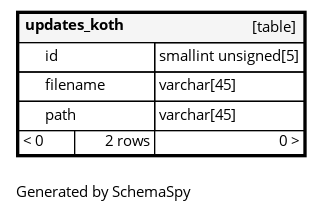
ta-forever/db keeps this Graphviz diagram as diagrams/tables/updates_koth.1degree.png. Above is the earlier version. Its source is kept beside it as diagrams/tables/updates_koth.1degree.dot.
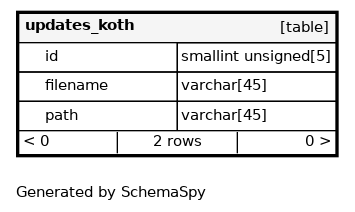
The same diagram one commit later.

What changed in the source:
```diff
@@ -1,13 +1,13 @@
 digraph "oneDegreeRelationshipsDiagram" {
-  graph [    rankdir="RL"    bgcolor="#ffffff"    label="\nGenerated by SchemaSpy"    labeljust="l"    nodesep="0.18"    ranksep="0.46"    fontname="Helvetica"    fontsize="11"    ration="compress"  ];  node [    fontname="Helvetica"    fontsize="11"    shape="plaintext"  ];  edge [    arrowsize="0.8"  ];
+  graph [    rankdir="RL"    bgcolor="#ffffff"    label="\nGenerated by SchemaSpy"    labeljust="l"    nodesep="0.18"    ranksep="0.46"    fontname="Helvetica"    fontsize="11"    packmode="graph"  ];  node [    fontname="Helvetica"    fontsize="11"    shape="plaintext"  ];  edge [    arrowsize="0.8"  ];
   "updates_koth" [
    label=<
     <TABLE BORDER="2" CELLBORDER="1" CELLSPACING="0" BGCOLOR="#ffffff">
-      <TR><TD COLSPAN="4"  BGCOLOR="#f5f5f5"><TABLE BORDER="0" CELLSPACING="0"><TR><TD ALIGN="LEFT" FIXEDSIZE="TRUE" WIDTH="81" HEIGHT="16"><B>updates_koth</B></TD><TD ALIGN="RIGHT">[table]</TD></TR></TABLE></TD></TR>
-      <TR><TD PORT="id" COLSPAN="2" BGCOLOR="#ffffff" ALIGN="LEFT"><TABLE BORDER="0" CELLSPACING="0" ALIGN="LEFT"><TR ALIGN="LEFT"><TD ALIGN="LEFT" FIXEDSIZE="TRUE" WIDTH="15" HEIGHT="16"></TD><TD ALIGN="LEFT" FIXEDSIZE="TRUE" WIDTH="81" HEIGHT="16">id</TD></TR></TABLE></TD><TD PORT="id.type" ALIGN="LEFT">smallint unsigned[5]</TD></TR>
-      <TR><TD PORT="filename" COLSPAN="2" ALIGN="LEFT"><TABLE BORDER="0" CELLSPACING="0" ALIGN="LEFT"><TR ALIGN="LEFT"><TD ALIGN="LEFT" FIXEDSIZE="TRUE" WIDTH="15" HEIGHT="16"></TD><TD ALIGN="LEFT" FIXEDSIZE="TRUE" WIDTH="81" HEIGHT="16">filename</TD></TR></TABLE></TD><TD PORT="filename.type" ALIGN="LEFT">varchar[45]</TD></TR>
-      <TR><TD PORT="path" COLSPAN="2" ALIGN="LEFT"><TABLE BORDER="0" CELLSPACING="0" ALIGN="LEFT"><TR ALIGN="LEFT"><TD ALIGN="LEFT" FIXEDSIZE="TRUE" WIDTH="15" HEIGHT="16"></TD><TD ALIGN="LEFT" FIXEDSIZE="TRUE" WIDTH="81" HEIGHT="16">path</TD></TR></TABLE></TD><TD PORT="path.type" ALIGN="LEFT">varchar[45]</TD></TR>
-      <TR><TD ALIGN="LEFT" BGCOLOR="#ffffff">&lt; 0</TD><TD ALIGN="RIGHT" BGCOLOR="#ffffff">2 rows</TD><TD ALIGN="RIGHT" BGCOLOR="#ffffff">0 &gt;</TD></TR>
+      <TR><TD COLSPAN="4"  BGCOLOR="#f5f5f5"><TABLE BORDER="0" CELLSPACING="0"><TR><TD ALIGN="LEFT" FIXEDSIZE="TRUE" WIDTH="98" HEIGHT="16"><B>updates_koth</B></TD><TD ALIGN="RIGHT">[table]</TD></TR></TABLE></TD></TR>
+      <TR><TD PORT="id" COLSPAN="2" BGCOLOR="#ffffff" ALIGN="LEFT"><TABLE BORDER="0" CELLSPACING="0" ALIGN="LEFT"><TR ALIGN="LEFT"><TD ALIGN="LEFT" FIXEDSIZE="TRUE" WIDTH="15" HEIGHT="16"></TD><TD ALIGN="LEFT" FIXEDSIZE="TRUE" WIDTH="98" HEIGHT="16">id</TD></TR></TABLE></TD><TD PORT="id.type" ALIGN="LEFT">smallint unsigned[5]</TD></TR>
+      <TR><TD PORT="filename" COLSPAN="2" ALIGN="LEFT"><TABLE BORDER="0" CELLSPACING="0" ALIGN="LEFT"><TR ALIGN="LEFT"><TD ALIGN="LEFT" FIXEDSIZE="TRUE" WIDTH="15" HEIGHT="16"></TD><TD ALIGN="LEFT" FIXEDSIZE="TRUE" WIDTH="98" HEIGHT="16">filename</TD></TR></TABLE></TD><TD PORT="filename.type" ALIGN="LEFT">varchar[45]</TD></TR>
+      <TR><TD PORT="path" COLSPAN="2" ALIGN="LEFT"><TABLE BORDER="0" CELLSPACING="0" ALIGN="LEFT"><TR ALIGN="LEFT"><TD ALIGN="LEFT" FIXEDSIZE="TRUE" WIDTH="15" HEIGHT="16"></TD><TD ALIGN="LEFT" FIXEDSIZE="TRUE" WIDTH="98" HEIGHT="16">path</TD></TR></TABLE></TD><TD PORT="path.type" ALIGN="LEFT">varchar[45]</TD></TR>
+      <TR><TD ALIGN="LEFT" CELLPADDING="0" BGCOLOR="#ffffff" COLSPAN="4" ><TABLE BORDER="0" CELLBORDER="0" CELLSPACING="0"><TR><TD ALIGN="LEFT" BGCOLOR="#ffffff">&lt; 0</TD><VR/><TD ALIGN="CENTER" BGCOLOR="#ffffff">2 rows</TD><VR/><TD ALIGN="RIGHT" BGCOLOR="#ffffff">0 &gt;</TD></TR></TABLE></TD></TR>
     </TABLE>>
     URL="updates_koth.html"
     target="_top"
```
